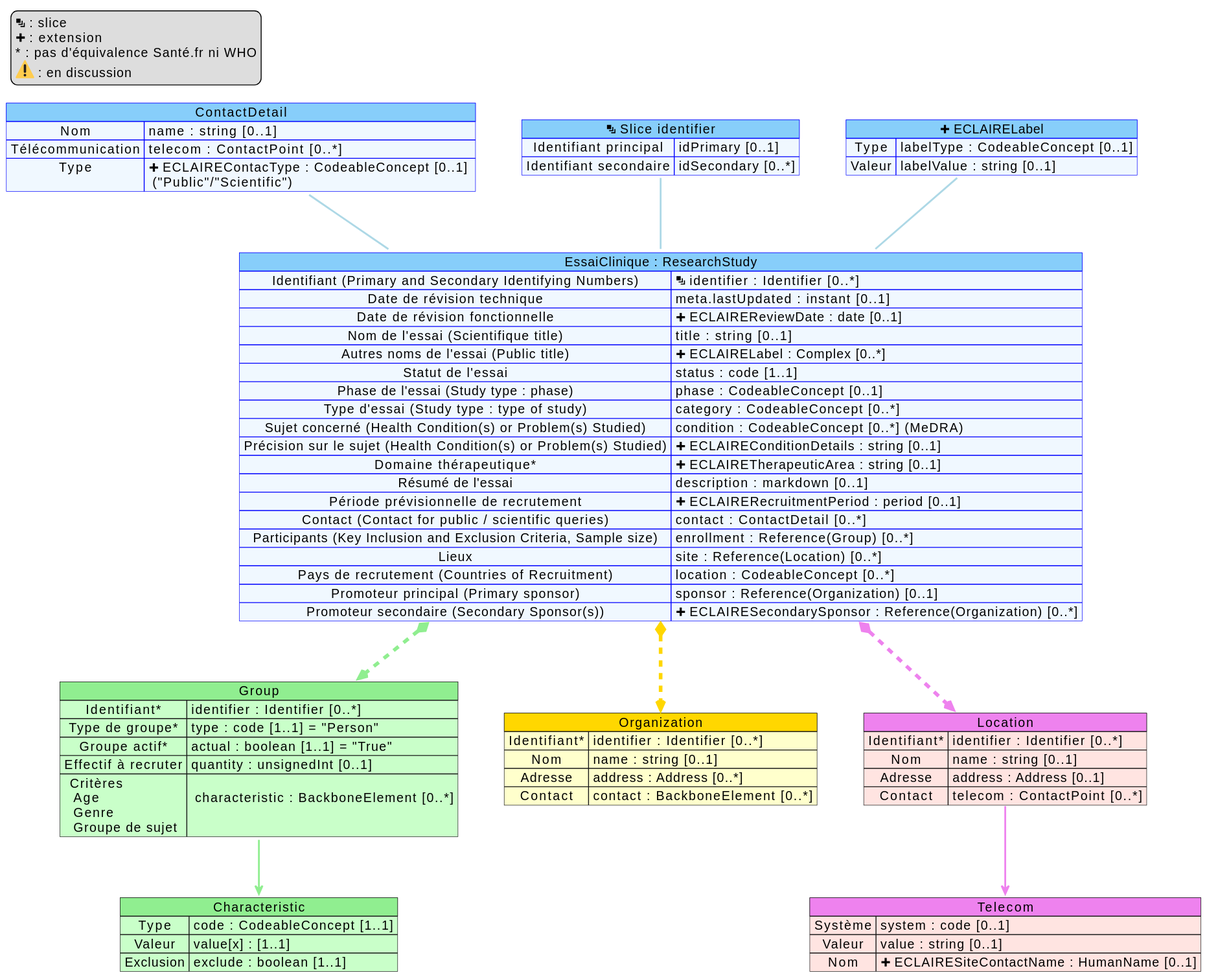
The PlantUML diagram input/images/mappingResearchStudy.svg in ansforge/essais-cliniques, before a commit.
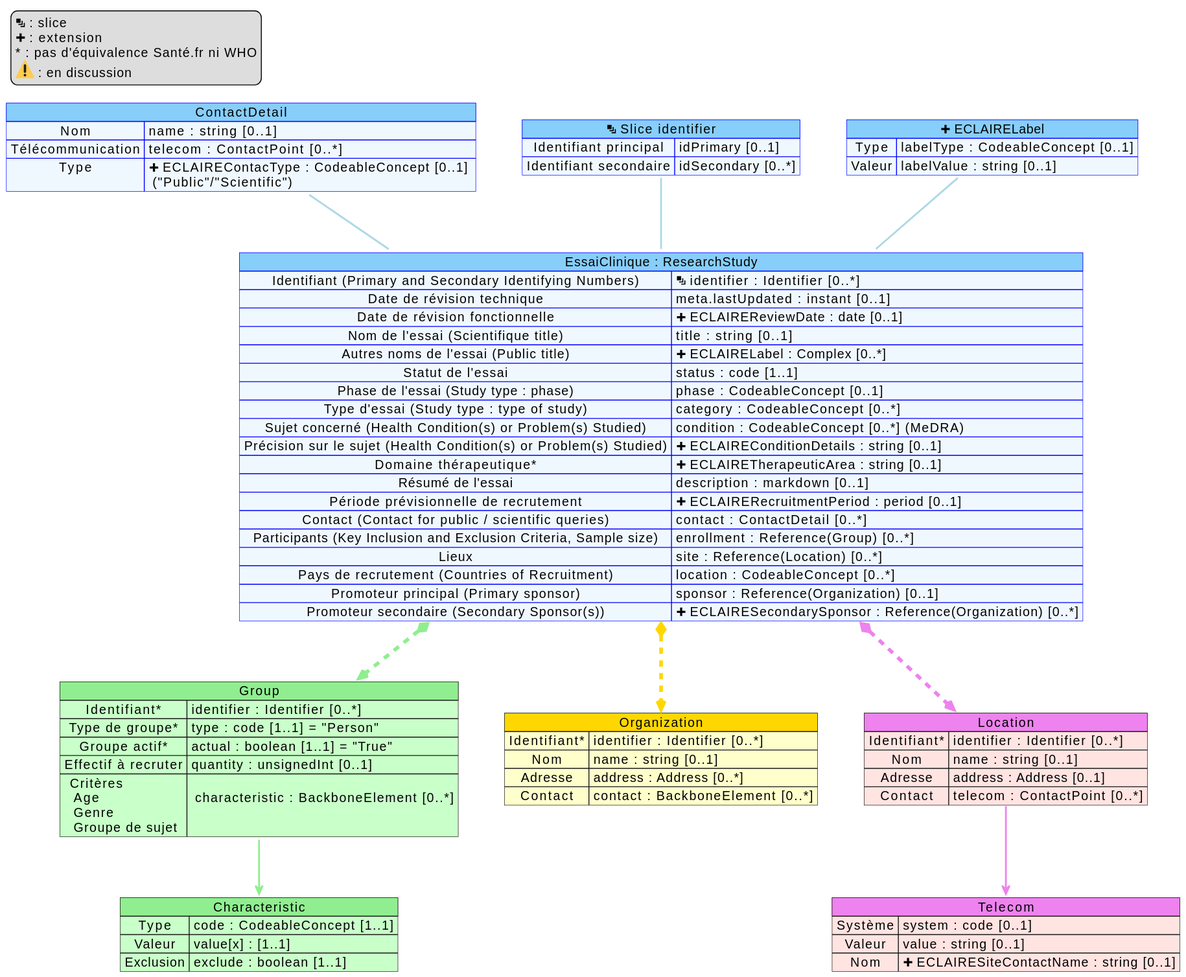
The same file after the commit.

What changed in the source:
```diff
@@ -46,7 +46,7 @@
 map "Telecom" as Telecom #back:MistyRose;header:Violet {
     Système  => system : code [0..1]
     Valeur => value : string [0..1]
-    Nom => <&plus> ECLAIRESiteContactName : HumanName [0..1]
+    Nom => <&plus> ECLAIRESiteContactName : string [0..1]
 }
 
 map "EssaiClinique : ResearchStudy" as RS #back:AliceBlue;header:LightSkyBlue;line:blue {
```
